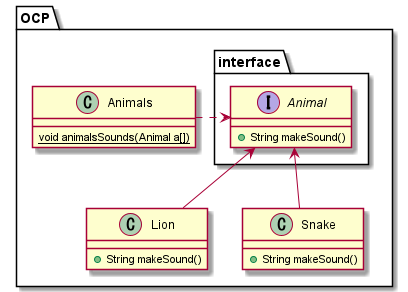
RyoMa99/SOLID keeps this PlantUML diagram as out/OCP/OCP/OCP.png. Above is the earlier version. Source of this version:
```plantuml
@startuml OCP
package OCP {
  package interface {
    interface Animal {
      + String makeSound()
    }
  }

  class Lion {
    + String makeSound()
  }

  class Snake {
    + String makeSound()
  }

  class Animals {
    {static} void animalsSounds(Animal a[])
  }

  Animal <-- Lion
  Animal <-- Snake
  Animal <..left Animals
}

@enduml
```
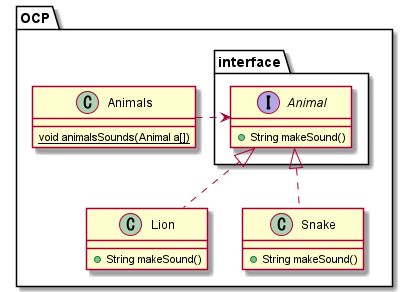
After the commit.

The edit, as a diff of the source:
```diff
@@ -18,8 +18,8 @@
     {static} void animalsSounds(Animal a[])
   }
 
-  Animal <-- Lion
-  Animal <-- Snake
+  Animal <|.. Lion
+  Animal <|.. Snake
   Animal <..left Animals
 }
 
```
